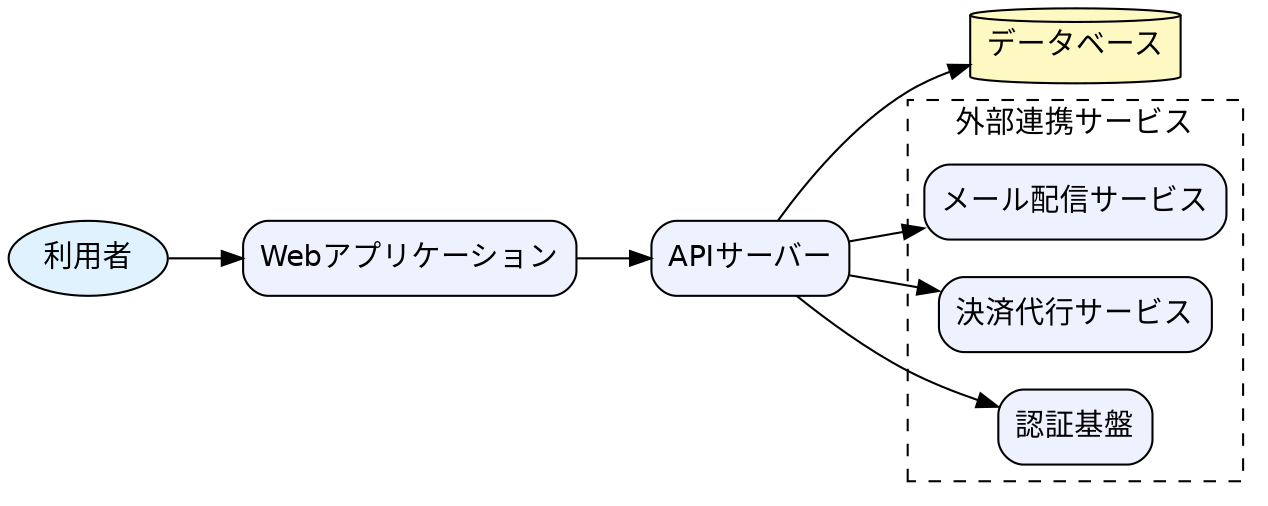
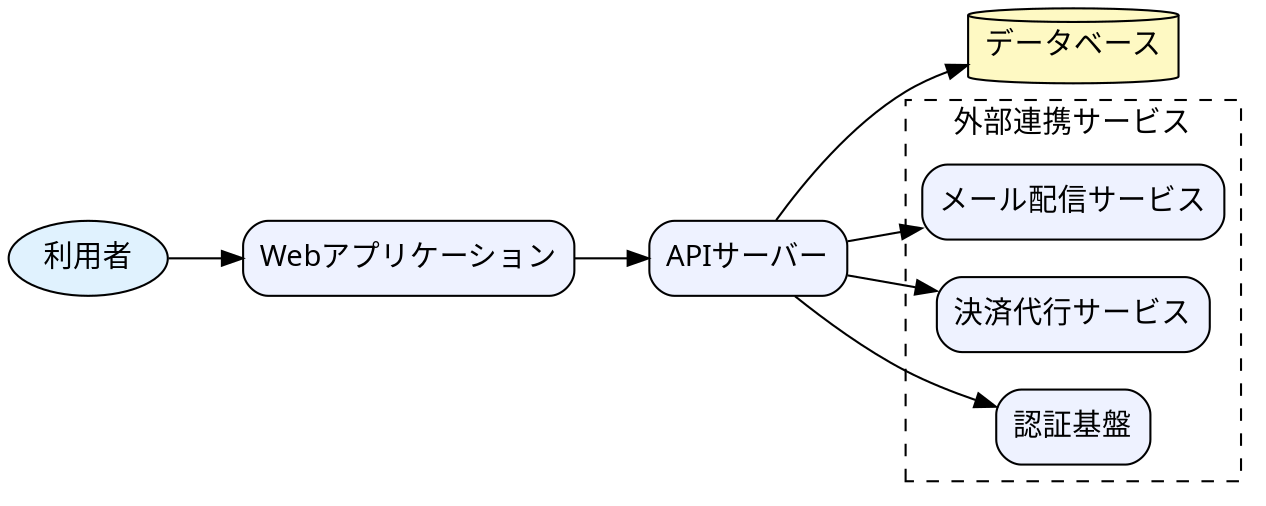
digraph SystemArchitecture {
  rankdir=LR;
-   node [shape=box, style="rounded,filled", fillcolor="#eef2ff", fontname="Helvetica"];
+   fontname="Meiryo";
+   node [shape=box, style="rounded,filled", fillcolor="#eef2ff", fontname="Meiryo"];

  User [shape=ellipse, label="利用者", fillcolor="#e0f2fe"];
  WebApp [label="Webアプリケーション"];
  API [label="APIサーバー"];
  DB [shape=cylinder, label="データベース", fillcolor="#fef9c3"];

  subgraph cluster_external {
    label="外部連携サービス";
    style=dashed;
    Mail [label="メール配信サービス"];
    Payment [label="決済代行サービス"];
    Auth [label="認証基盤"];
  }

  User -> WebApp;
  WebApp -> API;
  API -> DB;
  API -> Mail;
  API -> Payment;
  API -> Auth;
}
